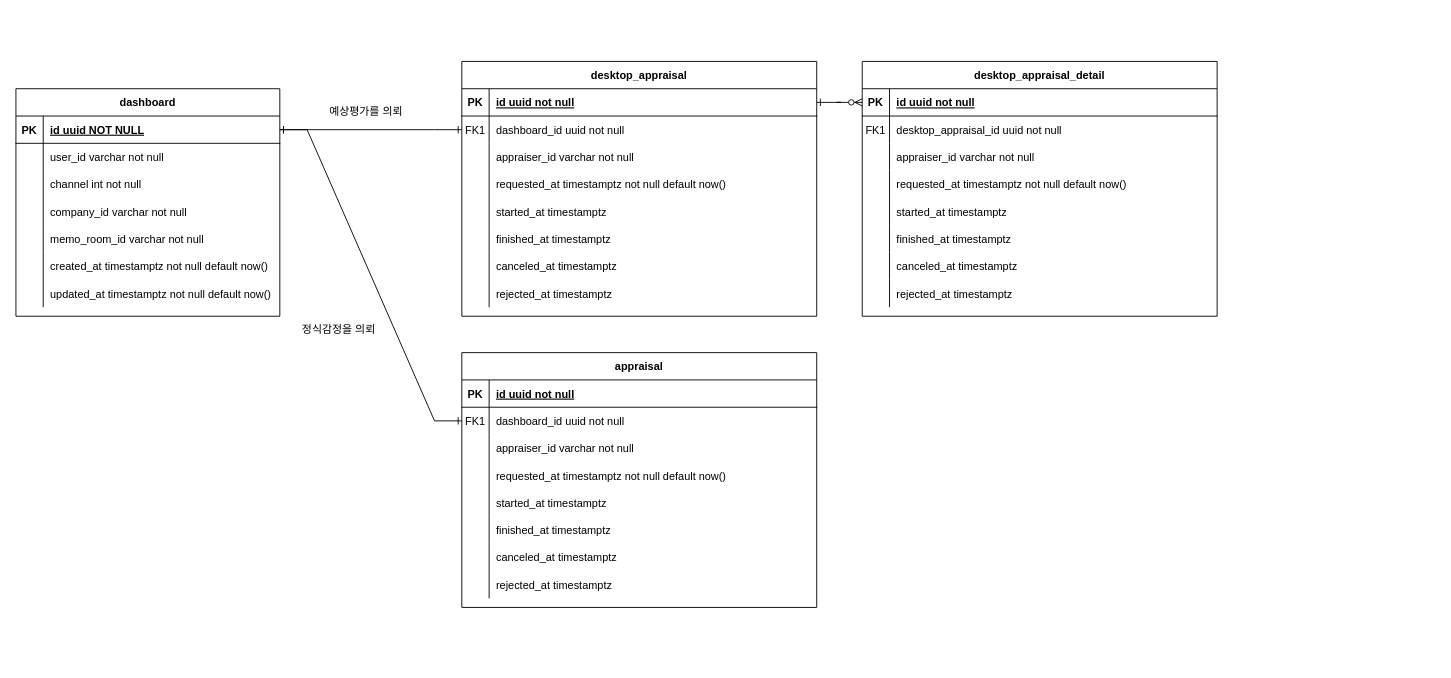
Before: dashboard_erd.drawio in minhob38/drawio, a draw.io diagram. Source tidied: cells renumbered, new cells numbered last; positions are measured from the earlier drawing's top-left corner, leaving out a move shared by most shapes. Both pictures are drawn from the tidied source at 91%, with x=0, y=0 at pixel (15, 61).
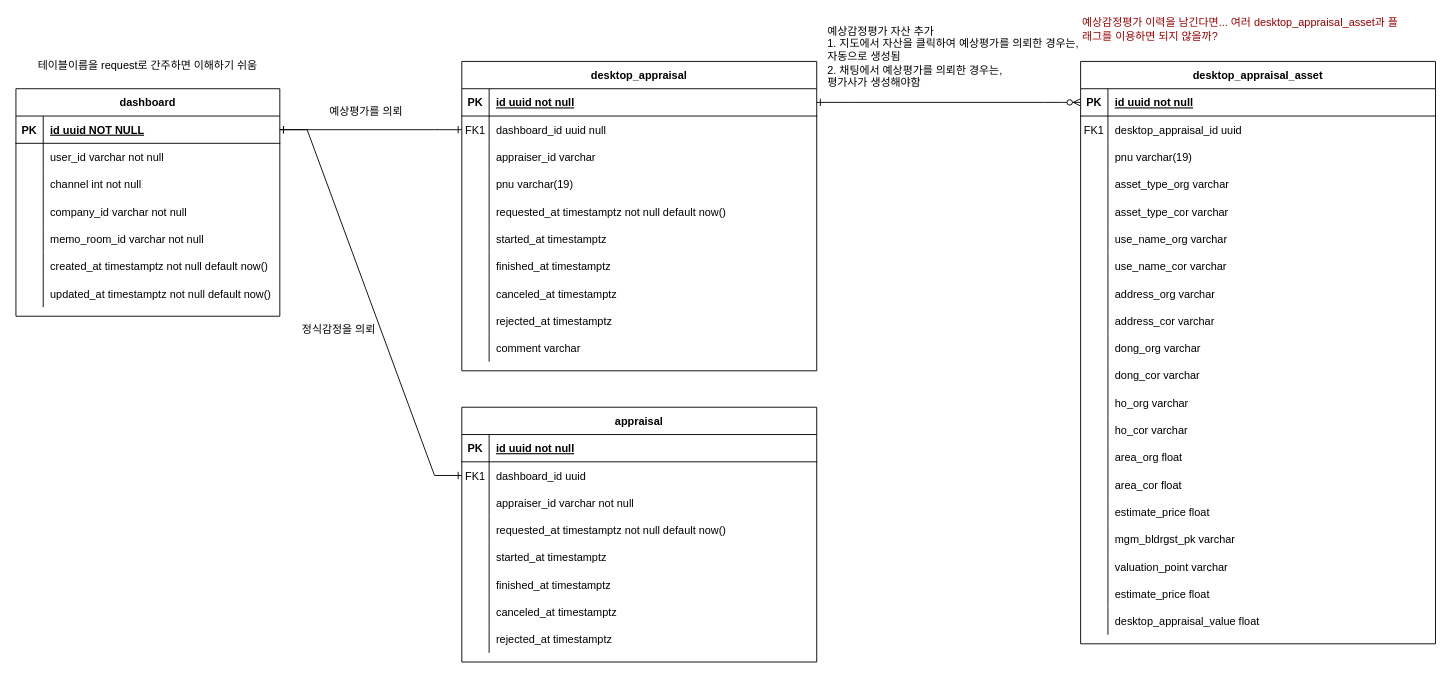
The same page after the edit.

Unchanged cells that the change refers to:
```xml
<mxCell id="7" style="shape=partialRectangle;fillColor=none;points=[[0,0.5],[1,0.5]];portConstraint=eastwest;top=0;left=0;right=0;bottom=0;" parent="3" vertex="1">
  <mxGeometry y="60" width="390" height="30" as="geometry" />
</mxCell>
<mxCell id="10" style="shape=partialRectangle;fillColor=none;top=0;left=0;right=0;bottom=0;" parent="3" vertex="1">
  <mxGeometry y="90" width="390" height="30" as="geometry" />
</mxCell>
<mxCell id="54" style="shape=partialRectangle;fillColor=none;top=0;left=0;right=0;bottom=0;" parent="50" vertex="1">
  <mxGeometry y="60" width="390" height="30" as="geometry" />
</mxCell>
<mxCell id="80" style="shape=partialRectangle;fillColor=none;points=[[0,0.5],[1,0.5]];portConstraint=eastwest;top=0;left=0;right=0;bottom=0;" parent="76" vertex="1">
  <mxGeometry y="60" width="390" height="30" as="geometry" />
</mxCell>
```

Change to the diagram source:
```diff
@@
     <mxCell id="3" value="desktop_appraisal" style="shape=table;startSize=30;childLayout=tableLayout;rowLines=0;fontStyle=1;align=center;" parent="1" vertex="1">
-      <mxGeometry x="490" width="390" height="280" as="geometry" />
+      <mxGeometry x="490" width="390" height="340" as="geometry" />
     </mxCell>
@@
-    <mxCell id="9" value="dashboard_id uuid not null" style="shape=partialRectangle;overflow=hidden;fillColor=none;top=0;left=0;bottom=0;right=0;align=left;spacingLeft=6;" parent="7" vertex="1">
+    <mxCell id="9" value="dashboard_id uuid null" style="shape=partialRectangle;overflow=hidden;fillColor=none;top=0;left=0;bottom=0;right=0;align=left;spacingLeft=6;" parent="7" vertex="1">
       <mxGeometry x="30" width="360" height="30" as="geometry" />
     </mxCell>
@@
-    <mxCell id="12" value="appraiser_id varchar not null" style="shape=partialRectangle;overflow=hidden;fillColor=none;top=0;left=0;bottom=0;right=0;align=left;spacingLeft=6;" parent="10" vertex="1">
+    <mxCell id="12" value="appraiser_id varchar" style="shape=partialRectangle;overflow=hidden;fillColor=none;top=0;left=0;bottom=0;right=0;align=left;spacingLeft=6;" parent="10" vertex="1">
       <mxGeometry x="30" width="360" height="30" as="geometry" />
     </mxCell>
+    <mxCell id="104" style="shape=partialRectangle;fillColor=none;top=0;left=0;right=0;bottom=0;" parent="3" vertex="1">
+      <mxGeometry y="120" width="390" height="30" as="geometry" />
+    </mxCell>
+    <mxCell id="105" style="shape=partialRectangle;overflow=hidden;fillColor=none;top=0;left=0;bottom=0;right=0;" parent="104" vertex="1">
+      <mxGeometry width="30" height="30" as="geometry" />
+    </mxCell>
+    <mxCell id="106" value="pnu varchar(19)" style="shape=partialRectangle;overflow=hidden;fillColor=none;top=0;left=0;bottom=0;right=0;align=left;spacingLeft=6;" parent="104" vertex="1">
+      <mxGeometry x="30" width="360" height="30" as="geometry" />
+    </mxCell>
     <mxCell id="13" style="shape=partialRectangle;fillColor=none;top=0;left=0;right=0;bottom=0;" parent="3" vertex="1">
-      <mxGeometry y="120" width="390" height="30" as="geometry" />
+      <mxGeometry y="150" width="390" height="30" as="geometry" />
     </mxCell>
@@
     <mxCell id="16" style="shape=partialRectangle;fillColor=none;top=0;left=0;right=0;bottom=0;" parent="3" vertex="1">
-      <mxGeometry y="150" width="390" height="30" as="geometry" />
+      <mxGeometry y="180" width="390" height="30" as="geometry" />
     </mxCell>
@@
     <mxCell id="19" style="shape=partialRectangle;fillColor=none;top=0;left=0;right=0;bottom=0;" parent="3" vertex="1">
-      <mxGeometry y="180" width="390" height="30" as="geometry" />
+      <mxGeometry y="210" width="390" height="30" as="geometry" />
     </mxCell>
@@
     <mxCell id="22" style="shape=partialRectangle;fillColor=none;top=0;left=0;right=0;bottom=0;" parent="3" vertex="1">
-      <mxGeometry y="210" width="390" height="30" as="geometry" />
+      <mxGeometry y="240" width="390" height="30" as="geometry" />
     </mxCell>
@@
     <mxCell id="25" style="shape=partialRectangle;fillColor=none;top=0;left=0;right=0;bottom=0;" parent="3" vertex="1">
-      <mxGeometry y="240" width="390" height="30" as="geometry" />
+      <mxGeometry y="270" width="390" height="30" as="geometry" />
     </mxCell>
@@
+    <mxCell id="107" style="shape=partialRectangle;fillColor=none;top=0;left=0;right=0;bottom=0;" parent="3" vertex="1">
+      <mxGeometry y="300" width="390" height="30" as="geometry" />
+    </mxCell>
+    <mxCell id="108" style="shape=partialRectangle;overflow=hidden;fillColor=none;top=0;left=0;bottom=0;right=0;" parent="107" vertex="1">
+      <mxGeometry width="30" height="30" as="geometry" />
+    </mxCell>
+    <mxCell id="109" value="comment varchar" style="shape=partialRectangle;overflow=hidden;fillColor=none;top=0;left=0;bottom=0;right=0;align=left;spacingLeft=6;" parent="107" vertex="1">
+      <mxGeometry x="30" width="360" height="30" as="geometry" />
+    </mxCell>
@@
-    <mxCell id="50" value="desktop_appraisal_detail" style="shape=table;startSize=30;childLayout=tableLayout;rowLines=0;fontStyle=1;align=center;" parent="1" vertex="1">
-      <mxGeometry x="930" width="390" height="280" as="geometry" />
+    <mxCell id="50" value="desktop_appraisal_asset" style="shape=table;startSize=30;childLayout=tableLayout;rowLines=0;fontStyle=1;align=center;" parent="1" vertex="1">
+      <mxGeometry x="1170" width="390" height="640" as="geometry" />
     </mxCell>
@@
-    <mxCell id="56" value="desktop_appraisal_id uuid not null" style="shape=partialRectangle;overflow=hidden;fillColor=none;top=0;left=0;bottom=0;right=0;align=left;spacingLeft=6;" parent="54" vertex="1">
+    <mxCell id="56" value="desktop_appraisal_id uuid" style="shape=partialRectangle;overflow=hidden;fillColor=none;top=0;left=0;bottom=0;right=0;align=left;spacingLeft=6;" parent="54" vertex="1">
       <mxGeometry x="30" width="360" height="30" as="geometry" />
     </mxCell>
+    <mxCell id="110" style="shape=partialRectangle;fillColor=none;top=0;left=0;right=0;bottom=0;" parent="50" vertex="1">
+      <mxGeometry y="90" width="390" height="30" as="geometry" />
+    </mxCell>
+    <mxCell id="111" style="shape=partialRectangle;overflow=hidden;fillColor=none;top=0;left=0;bottom=0;right=0;" parent="110" vertex="1">
+      <mxGeometry width="30" height="30" as="geometry" />
+    </mxCell>
+    <mxCell id="112" value="pnu varchar(19)" style="shape=partialRectangle;overflow=hidden;fillColor=none;top=0;left=0;bottom=0;right=0;align=left;spacingLeft=6;" parent="110" vertex="1">
+      <mxGeometry x="30" width="360" height="30" as="geometry" />
+    </mxCell>
     <mxCell id="57" style="shape=partialRectangle;fillColor=none;top=0;left=0;right=0;bottom=0;" parent="50" vertex="1">
-      <mxGeometry y="90" width="390" height="30" as="geometry" />
+      <mxGeometry y="120" width="390" height="30" as="geometry" />
     </mxCell>
@@
-    <mxCell id="59" value="appraiser_id varchar not null" style="shape=partialRectangle;overflow=hidden;fillColor=none;top=0;left=0;bottom=0;right=0;align=left;spacingLeft=6;" parent="57" vertex="1">
+    <mxCell id="59" value="asset_type_org varchar" style="shape=partialRectangle;overflow=hidden;fillColor=none;top=0;left=0;bottom=0;right=0;align=left;spacingLeft=6;" parent="57" vertex="1">
       <mxGeometry x="30" width="360" height="30" as="geometry" />
     </mxCell>
     <mxCell id="60" style="shape=partialRectangle;fillColor=none;top=0;left=0;right=0;bottom=0;" parent="50" vertex="1">
-      <mxGeometry y="120" width="390" height="30" as="geometry" />
+      <mxGeometry y="150" width="390" height="30" as="geometry" />
     </mxCell>
@@
-    <mxCell id="62" value="requested_at timestamptz not null default now()" style="shape=partialRectangle;overflow=hidden;fillColor=none;top=0;left=0;bottom=0;right=0;align=left;spacingLeft=6;" parent="60" vertex="1">
+    <mxCell id="62" value="asset_type_cor varchar" style="shape=partialRectangle;overflow=hidden;fillColor=none;top=0;left=0;bottom=0;right=0;align=left;spacingLeft=6;" parent="60" vertex="1">
       <mxGeometry x="30" width="360" height="30" as="geometry" />
     </mxCell>
     <mxCell id="63" style="shape=partialRectangle;fillColor=none;top=0;left=0;right=0;bottom=0;" parent="50" vertex="1">
-      <mxGeometry y="150" width="390" height="30" as="geometry" />
+      <mxGeometry y="180" width="390" height="30" as="geometry" />
     </mxCell>
@@
-    <mxCell id="65" value="started_at timestamptz" style="shape=partialRectangle;overflow=hidden;fillColor=none;top=0;left=0;bottom=0;right=0;align=left;spacingLeft=6;" parent="63" vertex="1">
+    <mxCell id="65" value="use_name_org varchar" style="shape=partialRectangle;overflow=hidden;fillColor=none;top=0;left=0;bottom=0;right=0;align=left;spacingLeft=6;" parent="63" vertex="1">
       <mxGeometry x="30" width="360" height="30" as="geometry" />
     </mxCell>
     <mxCell id="66" style="shape=partialRectangle;fillColor=none;top=0;left=0;right=0;bottom=0;" parent="50" vertex="1">
-      <mxGeometry y="180" width="390" height="30" as="geometry" />
+      <mxGeometry y="210" width="390" height="30" as="geometry" />
     </mxCell>
@@
-    <mxCell id="68" value="finished_at timestamptz" style="shape=partialRectangle;overflow=hidden;fillColor=none;top=0;left=0;bottom=0;right=0;align=left;spacingLeft=6;" parent="66" vertex="1">
+    <mxCell id="68" value="use_name_cor varchar" style="shape=partialRectangle;overflow=hidden;fillColor=none;top=0;left=0;bottom=0;right=0;align=left;spacingLeft=6;" parent="66" vertex="1">
       <mxGeometry x="30" width="360" height="30" as="geometry" />
     </mxCell>
     <mxCell id="69" style="shape=partialRectangle;fillColor=none;top=0;left=0;right=0;bottom=0;" parent="50" vertex="1">
-      <mxGeometry y="210" width="390" height="30" as="geometry" />
+      <mxGeometry y="240" width="390" height="30" as="geometry" />
     </mxCell>
@@
-    <mxCell id="71" value="canceled_at timestamptz" style="shape=partialRectangle;overflow=hidden;fillColor=none;top=0;left=0;bottom=0;right=0;align=left;spacingLeft=6;" parent="69" vertex="1">
+    <mxCell id="71" value="address_org varchar" style="shape=partialRectangle;overflow=hidden;fillColor=none;top=0;left=0;bottom=0;right=0;align=left;spacingLeft=6;" parent="69" vertex="1">
       <mxGeometry x="30" width="360" height="30" as="geometry" />
     </mxCell>
     <mxCell id="72" style="shape=partialRectangle;fillColor=none;top=0;left=0;right=0;bottom=0;" parent="50" vertex="1">
-      <mxGeometry y="240" width="390" height="30" as="geometry" />
+      <mxGeometry y="270" width="390" height="30" as="geometry" />
     </mxCell>
@@
-    <mxCell id="74" value="rejected_at timestamptz" style="shape=partialRectangle;overflow=hidden;fillColor=none;top=0;left=0;bottom=0;right=0;align=left;spacingLeft=6;" parent="72" vertex="1">
+    <mxCell id="74" value="address_cor varchar" style="shape=partialRectangle;overflow=hidden;fillColor=none;top=0;left=0;bottom=0;right=0;align=left;spacingLeft=6;" parent="72" vertex="1">
       <mxGeometry x="30" width="360" height="30" as="geometry" />
     </mxCell>
+    <mxCell id="113" style="shape=partialRectangle;fillColor=none;top=0;left=0;right=0;bottom=0;" parent="50" vertex="1">
+      <mxGeometry y="300" width="390" height="30" as="geometry" />
+    </mxCell>
+    <mxCell id="114" style="shape=partialRectangle;overflow=hidden;fillColor=none;top=0;left=0;bottom=0;right=0;" parent="113" vertex="1">
+      <mxGeometry width="30" height="30" as="geometry" />
+    </mxCell>
+    <mxCell id="115" value="dong_org varchar" style="shape=partialRectangle;overflow=hidden;fillColor=none;top=0;left=0;bottom=0;right=0;align=left;spacingLeft=6;" parent="113" vertex="1">
+      <mxGeometry x="30" width="360" height="30" as="geometry" />
+    </mxCell>
+    <mxCell id="116" style="shape=partialRectangle;fillColor=none;top=0;left=0;right=0;bottom=0;" parent="50" vertex="1">
+      <mxGeometry y="330" width="390" height="30" as="geometry" />
+    </mxCell>
+    <mxCell id="117" style="shape=partialRectangle;overflow=hidden;fillColor=none;top=0;left=0;bottom=0;right=0;" parent="116" vertex="1">
+      <mxGeometry width="30" height="30" as="geometry" />
+    </mxCell>
+    <mxCell id="118" value="dong_cor varchar" style="shape=partialRectangle;overflow=hidden;fillColor=none;top=0;left=0;bottom=0;right=0;align=left;spacingLeft=6;" parent="116" vertex="1">
+      <mxGeometry x="30" width="360" height="30" as="geometry" />
+    </mxCell>
+    <mxCell id="119" style="shape=partialRectangle;fillColor=none;top=0;left=0;right=0;bottom=0;" parent="50" vertex="1">
+      <mxGeometry y="360" width="390" height="30" as="geometry" />
+    </mxCell>
+    <mxCell id="120" style="shape=partialRectangle;overflow=hidden;fillColor=none;top=0;left=0;bottom=0;right=0;" parent="119" vertex="1">
+      <mxGeometry width="30" height="30" as="geometry" />
+    </mxCell>
+    <mxCell id="121" value="ho_org varchar" style="shape=partialRectangle;overflow=hidden;fillColor=none;top=0;left=0;bottom=0;right=0;align=left;spacingLeft=6;" parent="119" vertex="1">
+      <mxGeometry x="30" width="360" height="30" as="geometry" />
+    </mxCell>
+    <mxCell id="122" style="shape=partialRectangle;fillColor=none;top=0;left=0;right=0;bottom=0;" parent="50" vertex="1">
+      <mxGeometry y="390" width="390" height="30" as="geometry" />
+    </mxCell>
+    <mxCell id="123" style="shape=partialRectangle;overflow=hidden;fillColor=none;top=0;left=0;bottom=0;right=0;" parent="122" vertex="1">
+      <mxGeometry width="30" height="30" as="geometry" />
+    </mxCell>
+    <mxCell id="124" value="ho_cor varchar" style="shape=partialRectangle;overflow=hidden;fillColor=none;top=0;left=0;bottom=0;right=0;align=left;spacingLeft=6;" parent="122" vertex="1">
+      <mxGeometry x="30" width="360" height="30" as="geometry" />
+    </mxCell>
+    <mxCell id="125" style="shape=partialRectangle;fillColor=none;top=0;left=0;right=0;bottom=0;" parent="50" vertex="1">
+      <mxGeometry y="420" width="390" height="30" as="geometry" />
+    </mxCell>
+    <mxCell id="126" style="shape=partialRectangle;overflow=hidden;fillColor=none;top=0;left=0;bottom=0;right=0;" parent="125" vertex="1">
+      <mxGeometry width="30" height="30" as="geometry" />
+    </mxCell>
+    <mxCell id="127" value="area_org float" style="shape=partialRectangle;overflow=hidden;fillColor=none;top=0;left=0;bottom=0;right=0;align=left;spacingLeft=6;" parent="125" vertex="1">
+      <mxGeometry x="30" width="360" height="30" as="geometry" />
+    </mxCell>
+    <mxCell id="128" style="shape=partialRectangle;fillColor=none;top=0;left=0;right=0;bottom=0;" parent="50" vertex="1">
+      <mxGeometry y="450" width="390" height="30" as="geometry" />
+    </mxCell>
+    <mxCell id="129" style="shape=partialRectangle;overflow=hidden;fillColor=none;top=0;left=0;bottom=0;right=0;" parent="128" vertex="1">
+      <mxGeometry width="30" height="30" as="geometry" />
+    </mxCell>
+    <mxCell id="130" value="area_cor float" style="shape=partialRectangle;overflow=hidden;fillColor=none;top=0;left=0;bottom=0;right=0;align=left;spacingLeft=6;" parent="128" vertex="1">
+      <mxGeometry x="30" width="360" height="30" as="geometry" />
+    </mxCell>
+    <mxCell id="131" style="shape=partialRectangle;fillColor=none;top=0;left=0;right=0;bottom=0;" parent="50" vertex="1">
+      <mxGeometry y="480" width="390" height="30" as="geometry" />
+    </mxCell>
+    <mxCell id="132" style="shape=partialRectangle;overflow=hidden;fillColor=none;top=0;left=0;bottom=0;right=0;" parent="131" vertex="1">
+      <mxGeometry width="30" height="30" as="geometry" />
+    </mxCell>
+    <mxCell id="133" value="estimate_price float" style="shape=partialRectangle;overflow=hidden;fillColor=none;top=0;left=0;bottom=0;right=0;align=left;spacingLeft=6;" parent="131" vertex="1">
+      <mxGeometry x="30" width="360" height="30" as="geometry" />
+    </mxCell>
+    <mxCell id="134" style="shape=partialRectangle;fillColor=none;top=0;left=0;right=0;bottom=0;" parent="50" vertex="1">
+      <mxGeometry y="510" width="390" height="30" as="geometry" />
+    </mxCell>
+    <mxCell id="135" style="shape=partialRectangle;overflow=hidden;fillColor=none;top=0;left=0;bottom=0;right=0;" parent="134" vertex="1">
+      <mxGeometry width="30" height="30" as="geometry" />
+    </mxCell>
+    <mxCell id="136" value="mgm_bldrgst_pk varchar" style="shape=partialRectangle;overflow=hidden;fillColor=none;top=0;left=0;bottom=0;right=0;align=left;spacingLeft=6;" parent="134" vertex="1">
+      <mxGeometry x="30" width="360" height="30" as="geometry" />
+    </mxCell>
+    <mxCell id="137" style="shape=partialRectangle;fillColor=none;top=0;left=0;right=0;bottom=0;" parent="50" vertex="1">
+      <mxGeometry y="540" width="390" height="30" as="geometry" />
+    </mxCell>
+    <mxCell id="138" style="shape=partialRectangle;overflow=hidden;fillColor=none;top=0;left=0;bottom=0;right=0;" parent="137" vertex="1">
+      <mxGeometry width="30" height="30" as="geometry" />
+    </mxCell>
+    <mxCell id="139" value="valuation_point varchar" style="shape=partialRectangle;overflow=hidden;fillColor=none;top=0;left=0;bottom=0;right=0;align=left;spacingLeft=6;" parent="137" vertex="1">
+      <mxGeometry x="30" width="360" height="30" as="geometry" />
+    </mxCell>
+    <mxCell id="140" style="shape=partialRectangle;fillColor=none;top=0;left=0;right=0;bottom=0;" parent="50" vertex="1">
+      <mxGeometry y="570" width="390" height="30" as="geometry" />
+    </mxCell>
+    <mxCell id="141" style="shape=partialRectangle;overflow=hidden;fillColor=none;top=0;left=0;bottom=0;right=0;" parent="140" vertex="1">
+      <mxGeometry width="30" height="30" as="geometry" />
+    </mxCell>
+    <mxCell id="142" value="estimate_price float" style="shape=partialRectangle;overflow=hidden;fillColor=none;top=0;left=0;bottom=0;right=0;align=left;spacingLeft=6;" parent="140" vertex="1">
+      <mxGeometry x="30" width="360" height="30" as="geometry" />
+    </mxCell>
+    <mxCell id="143" style="shape=partialRectangle;fillColor=none;top=0;left=0;right=0;bottom=0;" parent="50" vertex="1">
+      <mxGeometry y="600" width="390" height="30" as="geometry" />
+    </mxCell>
+    <mxCell id="144" style="shape=partialRectangle;overflow=hidden;fillColor=none;top=0;left=0;bottom=0;right=0;" parent="143" vertex="1">
+      <mxGeometry width="30" height="30" as="geometry" />
+    </mxCell>
+    <mxCell id="145" value="desktop_appraisal_value float" style="shape=partialRectangle;overflow=hidden;fillColor=none;top=0;left=0;bottom=0;right=0;align=left;spacingLeft=6;" parent="143" vertex="1">
+      <mxGeometry x="30" width="360" height="30" as="geometry" />
+    </mxCell>
@@
     <mxCell id="76" value="appraisal" style="shape=table;startSize=30;childLayout=tableLayout;rowLines=0;fontStyle=1;align=center;" parent="1" vertex="1">
-      <mxGeometry x="490" y="320" width="390" height="280" as="geometry" />
+      <mxGeometry x="490" y="380" width="390" height="280" as="geometry" />
     </mxCell>
@@
-    <mxCell id="82" value="dashboard_id uuid not null" style="shape=partialRectangle;overflow=hidden;fillColor=none;top=0;left=0;bottom=0;right=0;align=left;spacingLeft=6;" parent="80" vertex="1">
+    <mxCell id="82" value="dashboard_id uuid" style="shape=partialRectangle;overflow=hidden;fillColor=none;top=0;left=0;bottom=0;right=0;align=left;spacingLeft=6;" parent="80" vertex="1">
       <mxGeometry x="30" width="360" height="30" as="geometry" />
     </mxCell>
@@
+    <mxCell id="146" value="예상감정평가 자산 추가&lt;br&gt;1. 지도에서 자산을 클릭하여 예상평가를 의뢰한 경우는, &lt;br&gt;자동으로 생성됨&lt;br&gt;2. 채팅에서 예상평가를 의뢰한 경우는,&lt;br&gt;평가사가 생성해야함" style="text;html=1;strokeColor=none;fillColor=none;align=left;verticalAlign=middle;whiteSpace=wrap;rounded=0;" parent="1" vertex="1">
+      <mxGeometry x="890" y="-20" width="360" height="30" as="geometry" />
+    </mxCell>
+    <mxCell id="147" value="테이블이름을 request로 간주하면 이해하기 쉬움" style="text;html=1;strokeColor=none;fillColor=none;align=center;verticalAlign=middle;whiteSpace=wrap;rounded=0;" parent="1" vertex="1">
+      <mxGeometry y="-10" width="290" height="30" as="geometry" />
+    </mxCell>
+    <mxCell id="148" value="예상감정평가 이력을 남긴다면... 여러 desktop_appraisal_asset과 플래그를 이용하면 되지 않을까?" style="text;html=1;strokeColor=none;fillColor=none;align=left;verticalAlign=middle;whiteSpace=wrap;rounded=0;fontColor=#990000;" parent="1" vertex="1">
+      <mxGeometry x="1170" y="-50" width="360" height="30" as="geometry" />
+    </mxCell>
```
